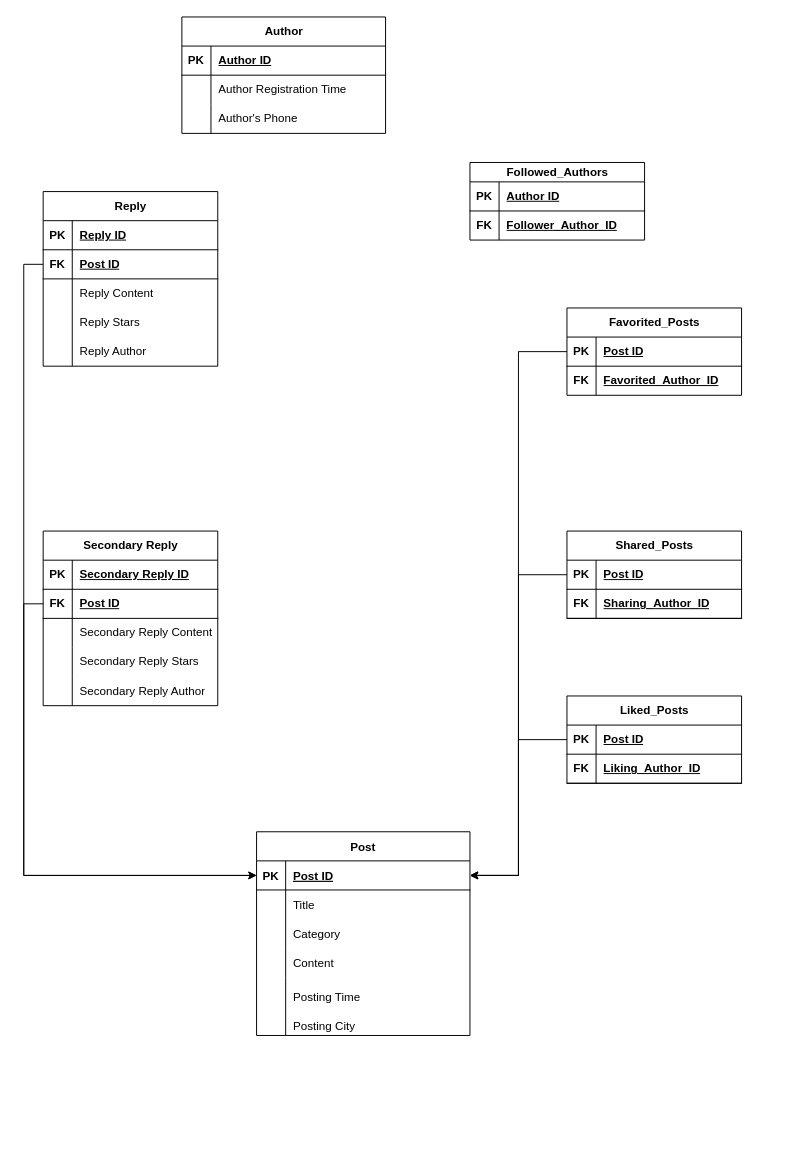
LN57421/CS307-DataBase keeps this draw.io diagram as page "第 2 页" (2 of 2) of ER图.drawio. Above is the earlier version. Source tidied: cells renumbered, new cells numbered last; positions are measured from the earlier drawing's top-left corner, leaving out a move shared by most shapes. Both pictures are drawn from the tidied source at 97%, with x=0, y=0 at pixel (43, 16).
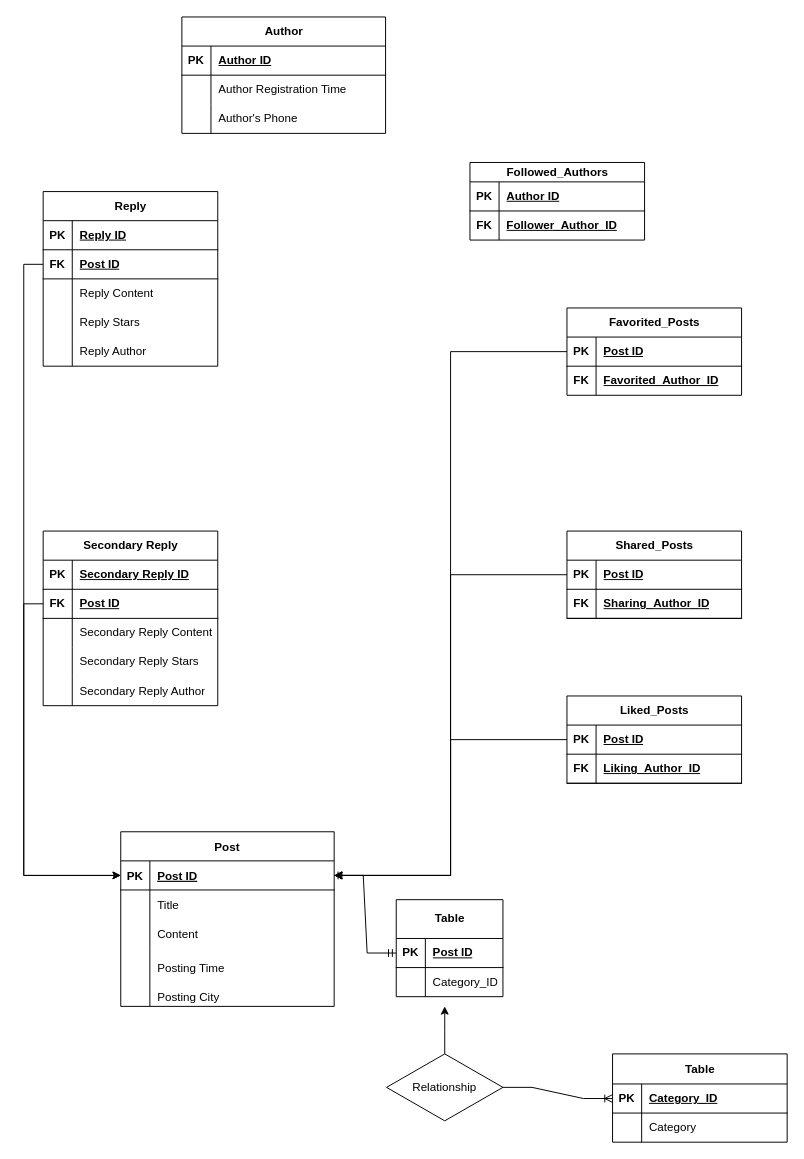
After the change.

The change refers to these unchanged cells:
```xml
<mxCell id="3" style="shape=partialRectangle;fillColor=none;points=[[0,0.5],[1,0.5]];portConstraint=eastwest;top=0;left=0;right=0;bottom=1;" parent="2" vertex="1">
  <mxGeometry y="30" width="220" height="30" as="geometry" />
</mxCell>
```

What changed in the source:
```diff
@@
     <mxCell id="2" value="Post" style="shape=table;startSize=30;childLayout=tableLayout;rowLines=0;fontStyle=1;align=center;" parent="1" vertex="1">
-      <mxGeometry x="220" y="840" width="220" height="210" as="geometry" />
+      <mxGeometry x="80" y="840" width="220" height="180" as="geometry" />
     </mxCell>
@@
-    <mxCell id="9" style="shape=partialRectangle;fillColor=none;top=0;left=0;right=0;bottom=0;" parent="2" vertex="1">
-      <mxGeometry y="90" width="220" height="30" as="geometry" />
-    </mxCell>
-    <mxCell id="10" style="shape=partialRectangle;overflow=hidden;fillColor=none;top=0;left=0;bottom=0;right=0;" parent="9" vertex="1">
-      <mxGeometry width="30" height="30" as="geometry" />
-    </mxCell>
-    <mxCell id="11" value="Category" style="shape=partialRectangle;overflow=hidden;fillColor=none;top=0;left=0;bottom=0;right=0;align=left;spacingLeft=6;" parent="9" vertex="1">
-      <mxGeometry x="30" width="190" height="30" as="geometry" />
-    </mxCell>
     <mxCell id="12" style="shape=partialRectangle;fillColor=none;top=0;left=0;right=0;bottom=0;" parent="2" vertex="1">
-      <mxGeometry y="120" width="220" height="30" as="geometry" />
+      <mxGeometry y="90" width="220" height="30" as="geometry" />
     </mxCell>
@@
     <mxCell id="15" style="shape=partialRectangle;fillColor=none;top=0;left=0;right=0;bottom=0;" parent="2" vertex="1">
-      <mxGeometry y="150" width="220" height="40" as="geometry" />
+      <mxGeometry y="120" width="220" height="40" as="geometry" />
     </mxCell>
@@
     <mxCell id="18" style="shape=partialRectangle;fillColor=none;top=0;left=0;right=0;bottom=0;" parent="2" vertex="1">
-      <mxGeometry y="190" width="220" height="20" as="geometry" />
+      <mxGeometry y="160" width="220" height="20" as="geometry" />
     </mxCell>
@@
+    <mxCell id="96" value="Table" style="shape=table;startSize=31;childLayout=tableLayout;rowLines=0;fontStyle=1;align=center;html=1;" parent="1" vertex="1">
+      <mxGeometry x="587" y="1069" width="180" height="91" as="geometry" />
+    </mxCell>
+    <mxCell id="97" style="shape=tableRow;horizontal=0;startSize=0;swimlaneHead=0;swimlaneBody=0;fillColor=none;points=[[0,0.5],[1,0.5]];portConstraint=eastwest;top=0;left=0;right=0;bottom=1;" parent="96" vertex="1">
+      <mxGeometry y="31" width="180" height="30" as="geometry" />
+    </mxCell>
+    <mxCell id="98" value="PK" style="shape=partialRectangle;fillColor=none;top=0;left=0;bottom=0;right=0;fontStyle=1;overflow=hidden;whiteSpace=wrap;html=1;" parent="97" vertex="1">
+      <mxGeometry width="30" height="30" as="geometry" />
+    </mxCell>
+    <mxCell id="99" value="Category_ID" style="shape=partialRectangle;fillColor=none;top=0;left=0;bottom=0;right=0;align=left;spacingLeft=6;fontStyle=5;overflow=hidden;whiteSpace=wrap;html=1;" parent="97" vertex="1">
+      <mxGeometry x="30" width="150" height="30" as="geometry" />
+    </mxCell>
+    <mxCell id="100" style="shape=tableRow;horizontal=0;startSize=0;swimlaneHead=0;swimlaneBody=0;fillColor=none;top=0;left=0;right=0;bottom=0;" parent="96" vertex="1">
+      <mxGeometry y="61" width="180" height="30" as="geometry" />
+    </mxCell>
+    <mxCell id="101" style="shape=partialRectangle;fillColor=none;top=0;left=0;bottom=0;right=0;overflow=hidden;whiteSpace=wrap;html=1;" parent="100" vertex="1">
+      <mxGeometry width="30" height="30" as="geometry" />
+    </mxCell>
+    <mxCell id="11" value="Category" style="shape=partialRectangle;fillColor=none;top=0;left=0;bottom=0;right=0;align=left;spacingLeft=6;overflow=hidden;whiteSpace=wrap;html=1;" parent="100" vertex="1">
+      <mxGeometry x="30" width="150" height="30" as="geometry" />
+    </mxCell>
+    <mxCell id="102" style="edgeStyle=orthogonalEdgeStyle;rounded=0;jettySize=auto;html=1;exitX=0.5;exitY=0;exitDx=0;exitDy=0;" parent="1" edge="1" source="103">
+      <mxGeometry relative="1" as="geometry">
+        <mxPoint x="414" y="1020" as="targetPoint" />
+      </mxGeometry>
+    </mxCell>
+    <mxCell id="103" value="Relationship" style="shape=rhombus;perimeter=rhombusPerimeter;whiteSpace=wrap;html=1;align=center;" parent="1" vertex="1">
+      <mxGeometry x="354" y="1069" width="120" height="69" as="geometry" />
+    </mxCell>
+    <mxCell id="104" style="edgeStyle=entityRelationEdgeStyle;fontSize=12;html=1;endArrow=ERoneToMany;rounded=0;exitX=1;exitY=0.5;exitDx=0;exitDy=0;entryX=0;entryY=0.5;entryDx=0;entryDy=0;" parent="1" edge="1" source="103" target="97">
+      <mxGeometry relative="1" as="geometry" />
+    </mxCell>
+    <mxCell id="105" value="Table" style="shape=table;startSize=40;childLayout=tableLayout;rowLines=0;fontStyle=1;align=center;html=1;" parent="1" vertex="1">
+      <mxGeometry x="364" y="910" width="110" height="100" as="geometry" />
+    </mxCell>
+    <mxCell id="106" style="shape=tableRow;horizontal=0;startSize=0;swimlaneHead=0;swimlaneBody=0;fillColor=none;points=[[0,0.5],[1,0.5]];portConstraint=eastwest;top=0;left=0;right=0;bottom=1;" parent="105" vertex="1">
+      <mxGeometry y="40" width="110" height="30" as="geometry" />
+    </mxCell>
+    <mxCell id="107" value="PK" style="shape=partialRectangle;fillColor=none;top=0;left=0;bottom=0;right=0;fontStyle=1;overflow=hidden;whiteSpace=wrap;html=1;" parent="106" vertex="1">
+      <mxGeometry width="30" height="30" as="geometry" />
+    </mxCell>
+    <mxCell id="108" value="Post ID" style="shape=partialRectangle;fillColor=none;top=0;left=0;bottom=0;right=0;align=left;spacingLeft=6;fontStyle=5;overflow=hidden;whiteSpace=wrap;html=1;" parent="106" vertex="1">
+      <mxGeometry x="30" width="80" height="30" as="geometry" />
+    </mxCell>
+    <mxCell id="109" style="shape=tableRow;horizontal=0;startSize=0;swimlaneHead=0;swimlaneBody=0;fillColor=none;top=0;left=0;right=0;bottom=0;" parent="105" vertex="1">
+      <mxGeometry y="70" width="110" height="30" as="geometry" />
+    </mxCell>
+    <mxCell id="110" style="shape=partialRectangle;fillColor=none;top=0;left=0;bottom=0;right=0;overflow=hidden;whiteSpace=wrap;html=1;" parent="109" vertex="1">
+      <mxGeometry width="30" height="30" as="geometry" />
+    </mxCell>
+    <mxCell id="111" value="Category_ID" style="shape=partialRectangle;fillColor=none;top=0;left=0;bottom=0;right=0;align=left;spacingLeft=6;overflow=hidden;whiteSpace=wrap;html=1;" parent="109" vertex="1">
+      <mxGeometry x="30" width="80" height="30" as="geometry" />
+    </mxCell>
+    <mxCell id="112" style="edgeStyle=entityRelationEdgeStyle;fontSize=12;html=1;endArrow=ERmandOne;startArrow=ERmandOne;rounded=0;entryX=0;entryY=0.5;entryDx=0;entryDy=0;exitX=1;exitY=0.5;exitDx=0;exitDy=0;" parent="1" edge="1" source="3" target="106">
+      <mxGeometry relative="1" as="geometry" />
+    </mxCell>
```
